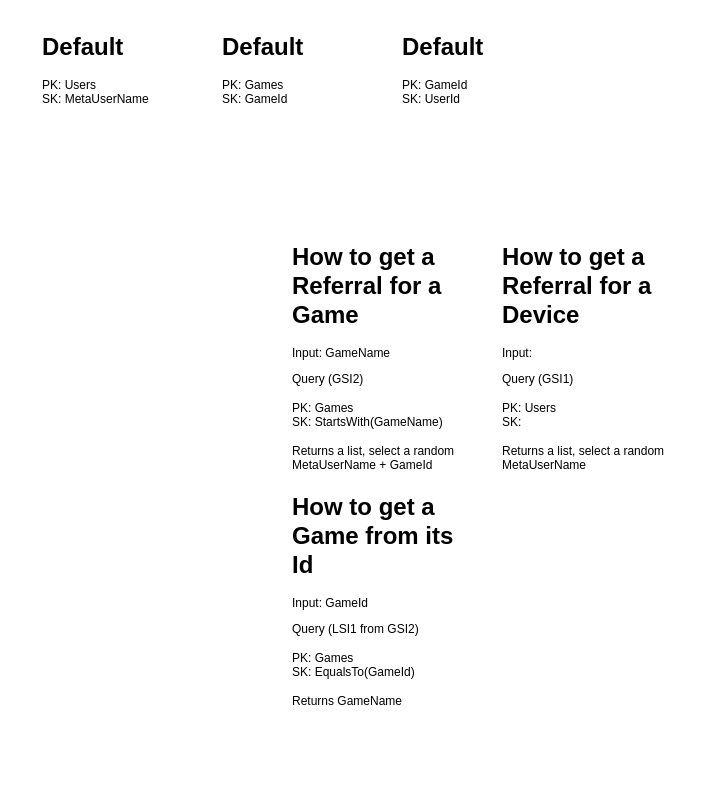
DrXoo/metaref keeps this draw.io diagram as docs/data.drawio. Above is the earlier version. Source tidied: cells renumbered, new cells numbered last; positions are measured from the earlier drawing's top-left corner, leaving out a move shared by most shapes. Both pictures are drawn from the tidied source at 100%, with x=0, y=0 at pixel (37, 27).
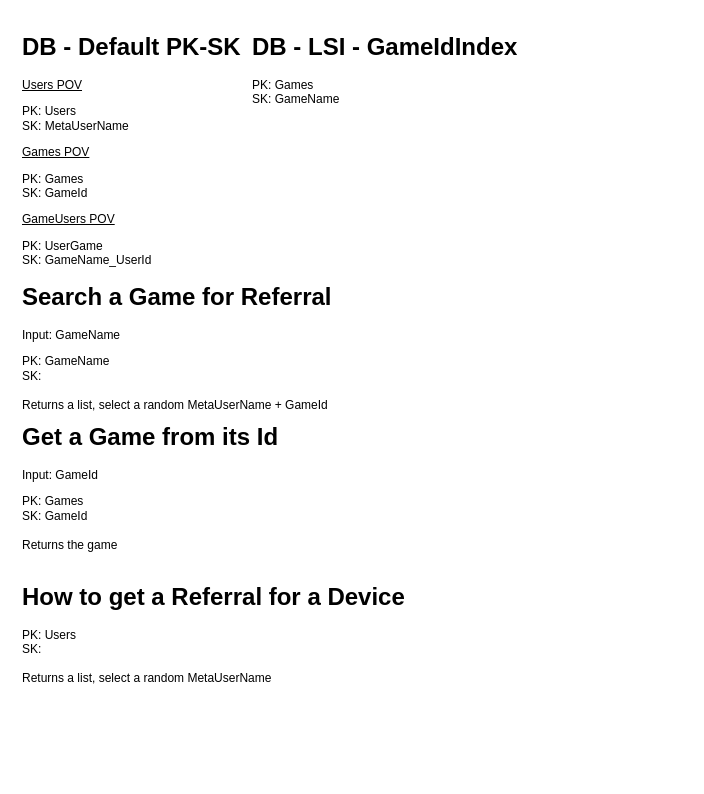
Above is the later version.

What changed in the source:
```diff
@@
 <mxGraphModel>
   <root>
     <mxCell id="0" />
     <mxCell id="1" parent="0" />
+    <mxCell id="5" value="&lt;h1&gt;Get a Game from its Id&lt;/h1&gt;&lt;p&gt;Input: GameId&lt;/p&gt;&lt;p&gt;PK: Games&lt;br&gt;SK: GameId&lt;br&gt;&lt;br&gt;Returns the game&lt;/p&gt;" style="text;html=1;spacing=5;spacingTop=-20;whiteSpace=wrap;overflow=hidden;rounded=0;" parent="1" vertex="1">
+      <mxGeometry x="-20" y="390" width="530" height="150" as="geometry" />
+    </mxCell>
-    <mxCell id="2" value="&lt;h1&gt;Default&lt;/h1&gt;&lt;p&gt;PK: Users&lt;br&gt;SK: MetaUserName&lt;/p&gt;" style="text;html=1;spacing=5;spacingTop=-20;whiteSpace=wrap;overflow=hidden;rounded=0;" parent="1" vertex="1">
-      <mxGeometry width="190" height="120" as="geometry" />
+    <mxCell id="2" value="&lt;h1&gt;DB - Default PK-SK&lt;/h1&gt;&lt;p&gt;&lt;u&gt;Users POV&lt;/u&gt;&lt;/p&gt;&lt;p&gt;PK: Users&lt;br&gt;SK: MetaUserName&lt;/p&gt;&lt;p&gt;&lt;u&gt;Games POV&lt;/u&gt;&lt;/p&gt;&lt;p&gt;PK: Games&lt;br style=&quot;border-color: var(--border-color);&quot;&gt;SK: GameId&lt;/p&gt;&lt;p&gt;&lt;u&gt;GameUsers POV&lt;/u&gt;&lt;/p&gt;&lt;p&gt;PK: UserGame&lt;br style=&quot;border-color: var(--border-color);&quot;&gt;SK: GameName_UserId&lt;/p&gt;" style="text;html=1;spacing=5;spacingTop=-20;whiteSpace=wrap;overflow=hidden;rounded=0;" parent="1" vertex="1">
+      <mxGeometry x="-20" width="230" height="240" as="geometry" />
     </mxCell>
-    <mxCell id="3" value="&lt;h1&gt;How to get a Referral for a Game&lt;/h1&gt;&lt;p&gt;Input: GameName&lt;br&gt;&lt;/p&gt;&lt;p&gt;Query (GSI2)&lt;br&gt;&lt;br&gt;PK: Games&lt;br&gt;SK: StartsWith(GameName)&lt;br&gt;&lt;br&gt;Returns a list, select a random MetaUserName + GameId&lt;/p&gt;" style="text;html=1;spacing=5;spacingTop=-20;whiteSpace=wrap;overflow=hidden;rounded=0;" parent="1" vertex="1">
-      <mxGeometry x="250" y="210" width="190" height="290" as="geometry" />
+    <mxCell id="3" value="&lt;h1&gt;Search a Game for Referral&lt;/h1&gt;&lt;p&gt;Input: GameName&lt;/p&gt;&lt;p&gt;PK: GameName&lt;br&gt;SK:&amp;nbsp;&lt;br&gt;&lt;br&gt;Returns a list, select a random MetaUserName + GameId&lt;/p&gt;" style="text;html=1;spacing=5;spacingTop=-20;whiteSpace=wrap;overflow=hidden;rounded=0;" parent="1" vertex="1">
+      <mxGeometry x="-20" y="250" width="560" height="140" as="geometry" />
     </mxCell>
-    <mxCell id="4" value="&lt;h1&gt;How to get a Referral for a Device&lt;/h1&gt;&lt;p&gt;Input:&amp;nbsp;&lt;br&gt;&lt;/p&gt;&lt;p&gt;Query (GSI1)&lt;br&gt;&lt;br&gt;PK: Users&lt;br&gt;SK:&amp;nbsp;&lt;br&gt;&lt;br&gt;Returns a list, select a random MetaUserName&lt;/p&gt;" style="text;html=1;spacing=5;spacingTop=-20;whiteSpace=wrap;overflow=hidden;rounded=0;" parent="1" vertex="1">
-      <mxGeometry x="460" y="210" width="190" height="290" as="geometry" />
+    <mxCell id="4" value="&lt;h1&gt;How to get a Referral for a Device&lt;/h1&gt;&lt;p&gt;PK: Users&lt;br&gt;SK:&amp;nbsp;&lt;br&gt;&lt;br&gt;Returns a list, select a random MetaUserName&lt;/p&gt;" style="text;html=1;spacing=5;spacingTop=-20;whiteSpace=wrap;overflow=hidden;rounded=0;" parent="1" vertex="1">
+      <mxGeometry x="-20" y="550" width="500" height="120" as="geometry" />
     </mxCell>
-    <mxCell id="5" value="&lt;h1&gt;How to get a Game from its Id&lt;/h1&gt;&lt;p&gt;Input: GameId&lt;br&gt;&lt;/p&gt;&lt;p&gt;Query (LSI1 from GSI2)&lt;br&gt;&lt;br&gt;PK: Games&lt;br&gt;SK: EqualsTo(GameId)&lt;br&gt;&lt;br&gt;Returns GameName&lt;/p&gt;" style="text;html=1;spacing=5;spacingTop=-20;whiteSpace=wrap;overflow=hidden;rounded=0;" parent="1" vertex="1">
-      <mxGeometry x="250" y="460" width="190" height="290" as="geometry" />
-    </mxCell>
-    <mxCell id="6" value="&lt;h1&gt;Default&lt;/h1&gt;&lt;p&gt;PK: Games&lt;br&gt;SK: GameId&lt;/p&gt;" style="text;html=1;spacing=5;spacingTop=-20;whiteSpace=wrap;overflow=hidden;rounded=0;" parent="1" vertex="1">
-      <mxGeometry x="180" width="190" height="120" as="geometry" />
-    </mxCell>
-    <mxCell id="7" value="&lt;h1&gt;Default&lt;/h1&gt;&lt;p&gt;PK: GameId&lt;br&gt;SK: UserId&lt;/p&gt;" style="text;html=1;spacing=5;spacingTop=-20;whiteSpace=wrap;overflow=hidden;rounded=0;" parent="1" vertex="1">
-      <mxGeometry x="360" width="190" height="120" as="geometry" />
-    </mxCell>
+    <mxCell id="8" value="&lt;h1&gt;DB - LSI - GameIdIndex&lt;/h1&gt;&lt;p&gt;PK: Games&lt;br style=&quot;border-color: var(--border-color);&quot;&gt;SK: GameName&lt;/p&gt;" style="text;html=1;spacing=5;spacingTop=-20;whiteSpace=wrap;overflow=hidden;rounded=0;" parent="1" vertex="1">
+      <mxGeometry x="210" width="410" height="90" as="geometry" />
+    </mxCell>
   </root>
 </mxGraphModel>
```
